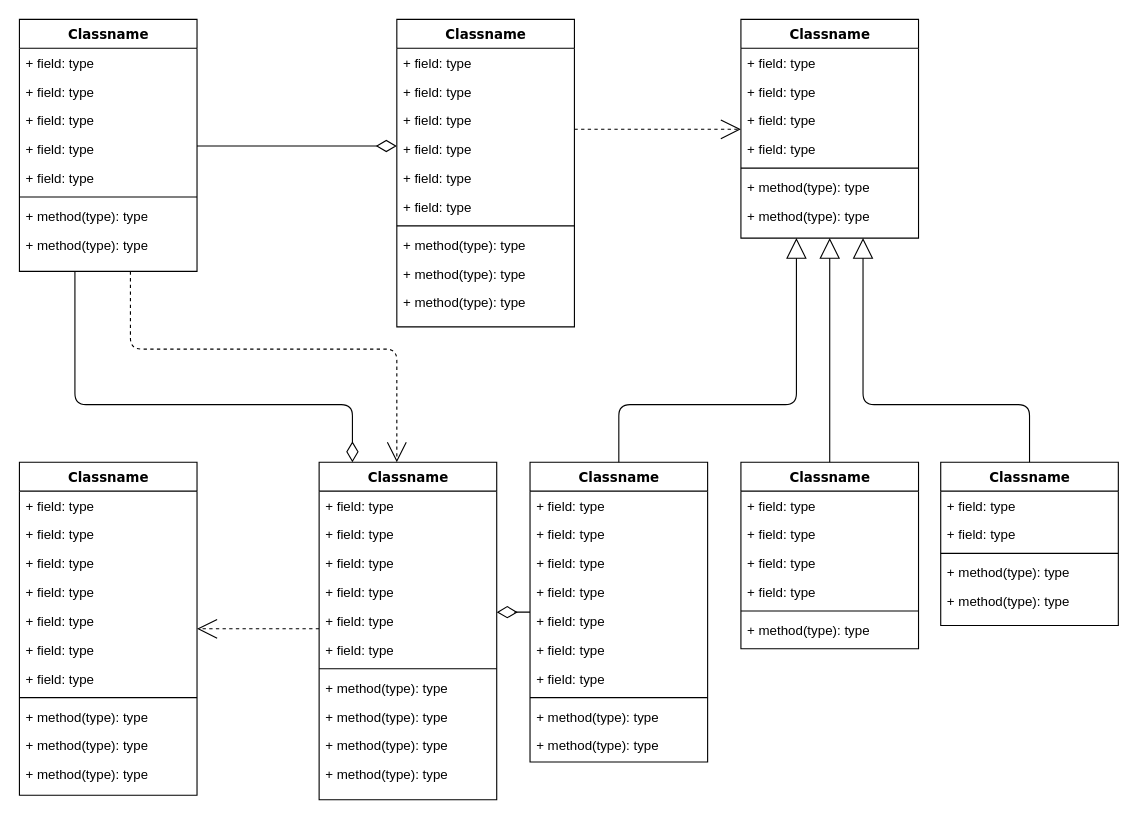
Before: Untitled Diagram.drawio in YveTDS/Draw_io, a draw.io diagram. Source tidied: cells renumbered, new cells numbered last; positions are measured from the earlier drawing's top-left corner, leaving out a move shared by most shapes. Both pictures are drawn from the tidied source at 111%, with x=0, y=0 at pixel (19, 19).
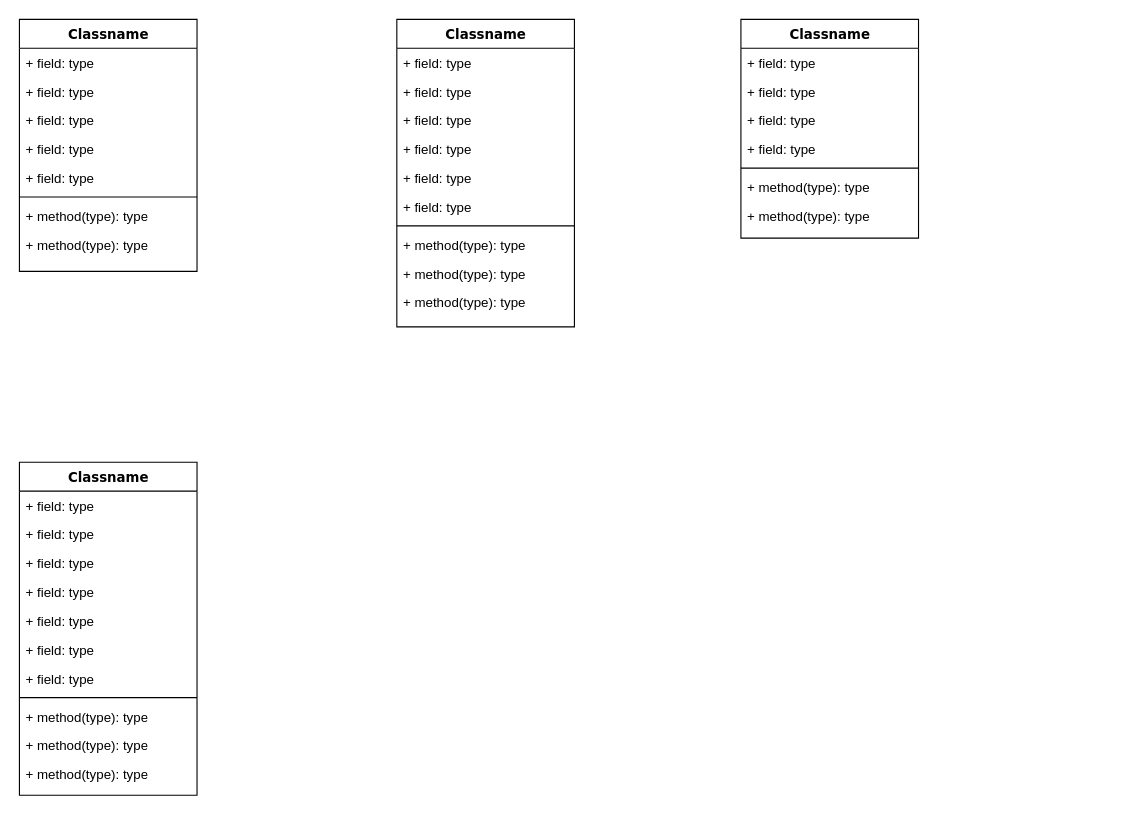
The same diagram, later.

The change refers to these unchanged cells:
```xml
<mxCell id="4" value="Classname" style="swimlane;html=1;fontStyle=1;align=center;verticalAlign=top;horizontal=1;startSize=26;swimlaneFillColor=#ffffff;rounded=0;shadow=0;comic=0;labelBackgroundColor=none;strokeWidth=1;fillColor=none;fontFamily=Verdana;fontSize=12;" parent="1" vertex="1">
  <mxGeometry width="160" height="227" as="geometry" />
</mxCell>
<mxCell id="14" value="Classname" style="swimlane;html=1;fontStyle=1;align=center;verticalAlign=top;horizontal=1;startSize=26;swimlaneFillColor=#ffffff;rounded=0;shadow=0;comic=0;labelBackgroundColor=none;strokeWidth=1;fillColor=none;fontFamily=Verdana;fontSize=12;" parent="1" vertex="1">
  <mxGeometry x="340" width="160" height="277" as="geometry" />
</mxCell>
<mxCell id="25" value="Classname" style="swimlane;html=1;fontStyle=1;align=center;verticalAlign=top;horizontal=1;startSize=26;swimlaneFillColor=#ffffff;rounded=0;shadow=0;comic=0;labelBackgroundColor=none;strokeWidth=1;fillColor=none;fontFamily=Verdana;fontSize=12;" parent="1" vertex="1">
  <mxGeometry x="650" width="160" height="197" as="geometry" />
</mxCell>
<mxCell id="34" value="Classname" style="swimlane;html=1;fontStyle=1;align=center;verticalAlign=top;horizontal=1;startSize=26;swimlaneFillColor=#ffffff;rounded=0;shadow=0;comic=0;labelBackgroundColor=none;strokeWidth=1;fillColor=none;fontFamily=Verdana;fontSize=12;" parent="1" vertex="1">
  <mxGeometry y="399" width="160" height="300" as="geometry" />
</mxCell>
```

Diff of the diagram source:
```diff
@@
-    <mxCell id="2" style="edgeStyle=orthogonalEdgeStyle;html=1;labelBackgroundColor=none;startFill=0;startSize=8;endArrow=open;endFill=0;endSize=16;fontFamily=Verdana;fontSize=12;dashed=1;" parent="1" edge="1" source="4" target="47">
-      <mxGeometry relative="1" as="geometry">
-        <Array as="points">
-          <mxPoint x="100" y="297" />
-          <mxPoint x="340" y="297" />
-        </Array>
-      </mxGeometry>
-    </mxCell>
-    <mxCell id="3" style="edgeStyle=orthogonalEdgeStyle;html=1;labelBackgroundColor=none;startFill=0;startSize=8;endArrow=diamondThin;endFill=0;endSize=16;fontFamily=Verdana;fontSize=12;" parent="1" edge="1" source="4" target="47">
-      <mxGeometry relative="1" as="geometry">
-        <Array as="points">
-          <mxPoint x="50" y="347" />
-          <mxPoint x="300" y="347" />
-        </Array>
-      </mxGeometry>
-    </mxCell>
@@
-    <mxCell id="13" style="edgeStyle=elbowEdgeStyle;html=1;labelBackgroundColor=none;startFill=0;startSize=8;endArrow=open;endFill=0;endSize=16;fontFamily=Verdana;fontSize=12;elbow=vertical;dashed=1;" parent="1" edge="1" source="14" target="25">
-      <mxGeometry relative="1" as="geometry" />
-    </mxCell>
@@
-    <mxCell id="33" style="edgeStyle=elbowEdgeStyle;html=1;labelBackgroundColor=none;startFill=0;startSize=8;endArrow=open;endFill=0;endSize=16;fontFamily=Verdana;fontSize=12;elbow=vertical;dashed=1;" parent="1" edge="1" source="47" target="34">
-      <mxGeometry relative="1" as="geometry" />
-    </mxCell>
@@
-    <mxCell id="46" style="edgeStyle=elbowEdgeStyle;html=1;labelBackgroundColor=none;startFill=0;startSize=8;endArrow=diamondThin;endFill=0;endSize=16;fontFamily=Verdana;fontSize=12;elbow=vertical;" parent="1" edge="1" source="60" target="47">
-      <mxGeometry relative="1" as="geometry" />
-    </mxCell>
-    <mxCell id="47" value="Classname" style="swimlane;html=1;fontStyle=1;align=center;verticalAlign=top;horizontal=1;startSize=26;swimlaneFillColor=#ffffff;rounded=0;shadow=0;comic=0;labelBackgroundColor=none;strokeWidth=1;fillColor=none;fontFamily=Verdana;fontSize=12;" parent="1" vertex="1">
-      <mxGeometry x="270" y="399" width="160" height="304" as="geometry" />
-    </mxCell>
-    <mxCell id="48" value="+ field: type" style="text;html=1;strokeColor=none;fillColor=none;align=left;verticalAlign=top;spacingLeft=4;spacingRight=4;whiteSpace=wrap;overflow=hidden;" parent="47" vertex="1">
-      <mxGeometry y="26" width="160" height="26" as="geometry" />
-    </mxCell>
-    <mxCell id="49" value="+ field: type" style="text;html=1;strokeColor=none;fillColor=none;align=left;verticalAlign=top;spacingLeft=4;spacingRight=4;whiteSpace=wrap;overflow=hidden;" parent="47" vertex="1">
-      <mxGeometry y="52" width="160" height="26" as="geometry" />
-    </mxCell>
-    <mxCell id="50" value="+ field: type" style="text;html=1;strokeColor=none;fillColor=none;align=left;verticalAlign=top;spacingLeft=4;spacingRight=4;whiteSpace=wrap;overflow=hidden;" parent="47" vertex="1">
-      <mxGeometry y="78" width="160" height="26" as="geometry" />
-    </mxCell>
-    <mxCell id="51" value="+ field: type" style="text;html=1;strokeColor=none;fillColor=none;align=left;verticalAlign=top;spacingLeft=4;spacingRight=4;whiteSpace=wrap;overflow=hidden;" parent="47" vertex="1">
-      <mxGeometry y="104" width="160" height="26" as="geometry" />
-    </mxCell>
-    <mxCell id="52" value="+ field: type" style="text;html=1;strokeColor=none;fillColor=none;align=left;verticalAlign=top;spacingLeft=4;spacingRight=4;whiteSpace=wrap;overflow=hidden;" parent="47" vertex="1">
-      <mxGeometry y="130" width="160" height="26" as="geometry" />
-    </mxCell>
-    <mxCell id="53" value="+ field: type" style="text;html=1;strokeColor=none;fillColor=none;align=left;verticalAlign=top;spacingLeft=4;spacingRight=4;whiteSpace=wrap;overflow=hidden;" parent="47" vertex="1">
-      <mxGeometry y="156" width="160" height="26" as="geometry" />
-    </mxCell>
-    <mxCell id="54" style="line;html=1;strokeWidth=1;fillColor=none;align=left;verticalAlign=middle;spacingTop=-1;spacingLeft=3;spacingRight=3;labelPosition=right;" parent="47" vertex="1">
-      <mxGeometry y="182" width="160" height="8" as="geometry" />
-    </mxCell>
-    <mxCell id="55" value="+ method(type): type" style="text;html=1;strokeColor=none;fillColor=none;align=left;verticalAlign=top;spacingLeft=4;spacingRight=4;whiteSpace=wrap;overflow=hidden;" parent="47" vertex="1">
-      <mxGeometry y="190" width="160" height="26" as="geometry" />
-    </mxCell>
-    <mxCell id="56" value="+ method(type): type" style="text;html=1;strokeColor=none;fillColor=none;align=left;verticalAlign=top;spacingLeft=4;spacingRight=4;whiteSpace=wrap;overflow=hidden;" parent="47" vertex="1">
-      <mxGeometry y="216" width="160" height="26" as="geometry" />
-    </mxCell>
-    <mxCell id="57" value="+ method(type): type" style="text;html=1;strokeColor=none;fillColor=none;align=left;verticalAlign=top;spacingLeft=4;spacingRight=4;whiteSpace=wrap;overflow=hidden;" parent="47" vertex="1">
-      <mxGeometry y="242" width="160" height="26" as="geometry" />
-    </mxCell>
-    <mxCell id="58" value="+ method(type): type" style="text;html=1;strokeColor=none;fillColor=none;align=left;verticalAlign=top;spacingLeft=4;spacingRight=4;whiteSpace=wrap;overflow=hidden;" parent="47" vertex="1">
-      <mxGeometry y="268" width="160" height="26" as="geometry" />
-    </mxCell>
-    <mxCell id="59" style="edgeStyle=orthogonalEdgeStyle;html=1;labelBackgroundColor=none;startFill=0;startSize=8;endArrow=block;endFill=0;endSize=16;fontFamily=Verdana;fontSize=12;" parent="1" edge="1" source="60" target="25">
-      <mxGeometry relative="1" as="geometry">
-        <Array as="points">
-          <mxPoint x="540" y="347" />
-          <mxPoint x="700" y="347" />
-        </Array>
-      </mxGeometry>
-    </mxCell>
-    <mxCell id="60" value="Classname" style="swimlane;html=1;fontStyle=1;align=center;verticalAlign=top;horizontal=1;startSize=26;swimlaneFillColor=#ffffff;rounded=0;shadow=0;comic=0;labelBackgroundColor=none;strokeWidth=1;fillColor=none;fontFamily=Verdana;fontSize=12;" parent="1" vertex="1">
-      <mxGeometry x="460" y="399" width="160" height="270" as="geometry" />
-    </mxCell>
-    <mxCell id="61" value="+ field: type" style="text;html=1;strokeColor=none;fillColor=none;align=left;verticalAlign=top;spacingLeft=4;spacingRight=4;whiteSpace=wrap;overflow=hidden;" parent="60" vertex="1">
-      <mxGeometry y="26" width="160" height="26" as="geometry" />
-    </mxCell>
-    <mxCell id="62" value="+ field: type" style="text;html=1;strokeColor=none;fillColor=none;align=left;verticalAlign=top;spacingLeft=4;spacingRight=4;whiteSpace=wrap;overflow=hidden;" parent="60" vertex="1">
-      <mxGeometry y="52" width="160" height="26" as="geometry" />
-    </mxCell>
-    <mxCell id="63" value="+ field: type" style="text;html=1;strokeColor=none;fillColor=none;align=left;verticalAlign=top;spacingLeft=4;spacingRight=4;whiteSpace=wrap;overflow=hidden;" parent="60" vertex="1">
-      <mxGeometry y="78" width="160" height="26" as="geometry" />
-    </mxCell>
-    <mxCell id="64" value="+ field: type" style="text;html=1;strokeColor=none;fillColor=none;align=left;verticalAlign=top;spacingLeft=4;spacingRight=4;whiteSpace=wrap;overflow=hidden;" parent="60" vertex="1">
-      <mxGeometry y="104" width="160" height="26" as="geometry" />
-    </mxCell>
-    <mxCell id="65" value="+ field: type" style="text;html=1;strokeColor=none;fillColor=none;align=left;verticalAlign=top;spacingLeft=4;spacingRight=4;whiteSpace=wrap;overflow=hidden;" parent="60" vertex="1">
-      <mxGeometry y="130" width="160" height="26" as="geometry" />
-    </mxCell>
-    <mxCell id="66" value="+ field: type" style="text;html=1;strokeColor=none;fillColor=none;align=left;verticalAlign=top;spacingLeft=4;spacingRight=4;whiteSpace=wrap;overflow=hidden;" parent="60" vertex="1">
-      <mxGeometry y="156" width="160" height="26" as="geometry" />
-    </mxCell>
-    <mxCell id="67" value="+ field: type" style="text;html=1;strokeColor=none;fillColor=none;align=left;verticalAlign=top;spacingLeft=4;spacingRight=4;whiteSpace=wrap;overflow=hidden;" parent="60" vertex="1">
-      <mxGeometry y="182" width="160" height="26" as="geometry" />
-    </mxCell>
-    <mxCell id="68" style="line;html=1;strokeWidth=1;fillColor=none;align=left;verticalAlign=middle;spacingTop=-1;spacingLeft=3;spacingRight=3;labelPosition=right;" parent="60" vertex="1">
-      <mxGeometry y="208" width="160" height="8" as="geometry" />
-    </mxCell>
-    <mxCell id="69" value="+ method(type): type" style="text;html=1;strokeColor=none;fillColor=none;align=left;verticalAlign=top;spacingLeft=4;spacingRight=4;whiteSpace=wrap;overflow=hidden;" parent="60" vertex="1">
-      <mxGeometry y="216" width="160" height="26" as="geometry" />
-    </mxCell>
-    <mxCell id="70" value="+ method(type): type" style="text;html=1;strokeColor=none;fillColor=none;align=left;verticalAlign=top;spacingLeft=4;spacingRight=4;whiteSpace=wrap;overflow=hidden;" parent="60" vertex="1">
-      <mxGeometry y="242" width="160" height="26" as="geometry" />
-    </mxCell>
-    <mxCell id="71" style="edgeStyle=orthogonalEdgeStyle;html=1;labelBackgroundColor=none;startFill=0;startSize=8;endArrow=block;endFill=0;endSize=16;fontFamily=Verdana;fontSize=12;" parent="1" edge="1" source="72" target="25">
-      <mxGeometry relative="1" as="geometry" />
-    </mxCell>
-    <mxCell id="72" value="Classname" style="swimlane;html=1;fontStyle=1;align=center;verticalAlign=top;horizontal=1;startSize=26;swimlaneFillColor=#ffffff;rounded=0;shadow=0;comic=0;labelBackgroundColor=none;strokeWidth=1;fillColor=none;fontFamily=Verdana;fontSize=12;" parent="1" vertex="1">
-      <mxGeometry x="650" y="399" width="160" height="168" as="geometry" />
-    </mxCell>
-    <mxCell id="73" value="+ field: type" style="text;html=1;strokeColor=none;fillColor=none;align=left;verticalAlign=top;spacingLeft=4;spacingRight=4;whiteSpace=wrap;overflow=hidden;" parent="72" vertex="1">
-      <mxGeometry y="26" width="160" height="26" as="geometry" />
-    </mxCell>
-    <mxCell id="74" value="+ field: type" style="text;html=1;strokeColor=none;fillColor=none;align=left;verticalAlign=top;spacingLeft=4;spacingRight=4;whiteSpace=wrap;overflow=hidden;" parent="72" vertex="1">
-      <mxGeometry y="52" width="160" height="26" as="geometry" />
-    </mxCell>
-    <mxCell id="75" value="+ field: type" style="text;html=1;strokeColor=none;fillColor=none;align=left;verticalAlign=top;spacingLeft=4;spacingRight=4;whiteSpace=wrap;overflow=hidden;" parent="72" vertex="1">
-      <mxGeometry y="78" width="160" height="26" as="geometry" />
-    </mxCell>
-    <mxCell id="76" value="+ field: type" style="text;html=1;strokeColor=none;fillColor=none;align=left;verticalAlign=top;spacingLeft=4;spacingRight=4;whiteSpace=wrap;overflow=hidden;" parent="72" vertex="1">
-      <mxGeometry y="104" width="160" height="26" as="geometry" />
-    </mxCell>
-    <mxCell id="77" style="line;html=1;strokeWidth=1;fillColor=none;align=left;verticalAlign=middle;spacingTop=-1;spacingLeft=3;spacingRight=3;labelPosition=right;" parent="72" vertex="1">
-      <mxGeometry y="130" width="160" height="8" as="geometry" />
-    </mxCell>
-    <mxCell id="78" value="+ method(type): type" style="text;html=1;strokeColor=none;fillColor=none;align=left;verticalAlign=top;spacingLeft=4;spacingRight=4;whiteSpace=wrap;overflow=hidden;" parent="72" vertex="1">
-      <mxGeometry y="138" width="160" height="26" as="geometry" />
-    </mxCell>
-    <mxCell id="79" style="edgeStyle=orthogonalEdgeStyle;html=1;labelBackgroundColor=none;startFill=0;startSize=8;endArrow=block;endFill=0;endSize=16;fontFamily=Verdana;fontSize=12;" parent="1" edge="1" source="80" target="25">
-      <mxGeometry relative="1" as="geometry">
-        <Array as="points">
-          <mxPoint x="910" y="347" />
-          <mxPoint x="760" y="347" />
-        </Array>
-      </mxGeometry>
-    </mxCell>
-    <mxCell id="80" value="Classname" style="swimlane;html=1;fontStyle=1;align=center;verticalAlign=top;horizontal=1;startSize=26;swimlaneFillColor=#ffffff;rounded=0;shadow=0;comic=0;labelBackgroundColor=none;strokeWidth=1;fillColor=none;fontFamily=Verdana;fontSize=12;" parent="1" vertex="1">
-      <mxGeometry x="830" y="399" width="160" height="147" as="geometry" />
-    </mxCell>
-    <mxCell id="81" value="+ field: type" style="text;html=1;strokeColor=none;fillColor=none;align=left;verticalAlign=top;spacingLeft=4;spacingRight=4;whiteSpace=wrap;overflow=hidden;" parent="80" vertex="1">
-      <mxGeometry y="26" width="160" height="26" as="geometry" />
-    </mxCell>
-    <mxCell id="82" value="+ field: type" style="text;html=1;strokeColor=none;fillColor=none;align=left;verticalAlign=top;spacingLeft=4;spacingRight=4;whiteSpace=wrap;overflow=hidden;" parent="80" vertex="1">
-      <mxGeometry y="52" width="160" height="26" as="geometry" />
-    </mxCell>
-    <mxCell id="83" style="line;html=1;strokeWidth=1;fillColor=none;align=left;verticalAlign=middle;spacingTop=-1;spacingLeft=3;spacingRight=3;labelPosition=right;" parent="80" vertex="1">
-      <mxGeometry y="78" width="160" height="8" as="geometry" />
-    </mxCell>
-    <mxCell id="84" value="+ method(type): type" style="text;html=1;strokeColor=none;fillColor=none;align=left;verticalAlign=top;spacingLeft=4;spacingRight=4;whiteSpace=wrap;overflow=hidden;" parent="80" vertex="1">
-      <mxGeometry y="86" width="160" height="26" as="geometry" />
-    </mxCell>
-    <mxCell id="85" value="+ method(type): type" style="text;html=1;strokeColor=none;fillColor=none;align=left;verticalAlign=top;spacingLeft=4;spacingRight=4;whiteSpace=wrap;overflow=hidden;" parent="80" vertex="1">
-      <mxGeometry y="112" width="160" height="26" as="geometry" />
-    </mxCell>
-    <mxCell id="86" style="edgeStyle=elbowEdgeStyle;html=1;labelBackgroundColor=none;startFill=0;startSize=8;endArrow=diamondThin;endFill=0;endSize=16;fontFamily=Verdana;fontSize=12;elbow=vertical;" parent="1" edge="1" source="4" target="14">
-      <mxGeometry relative="1" as="geometry" />
-    </mxCell>
```
